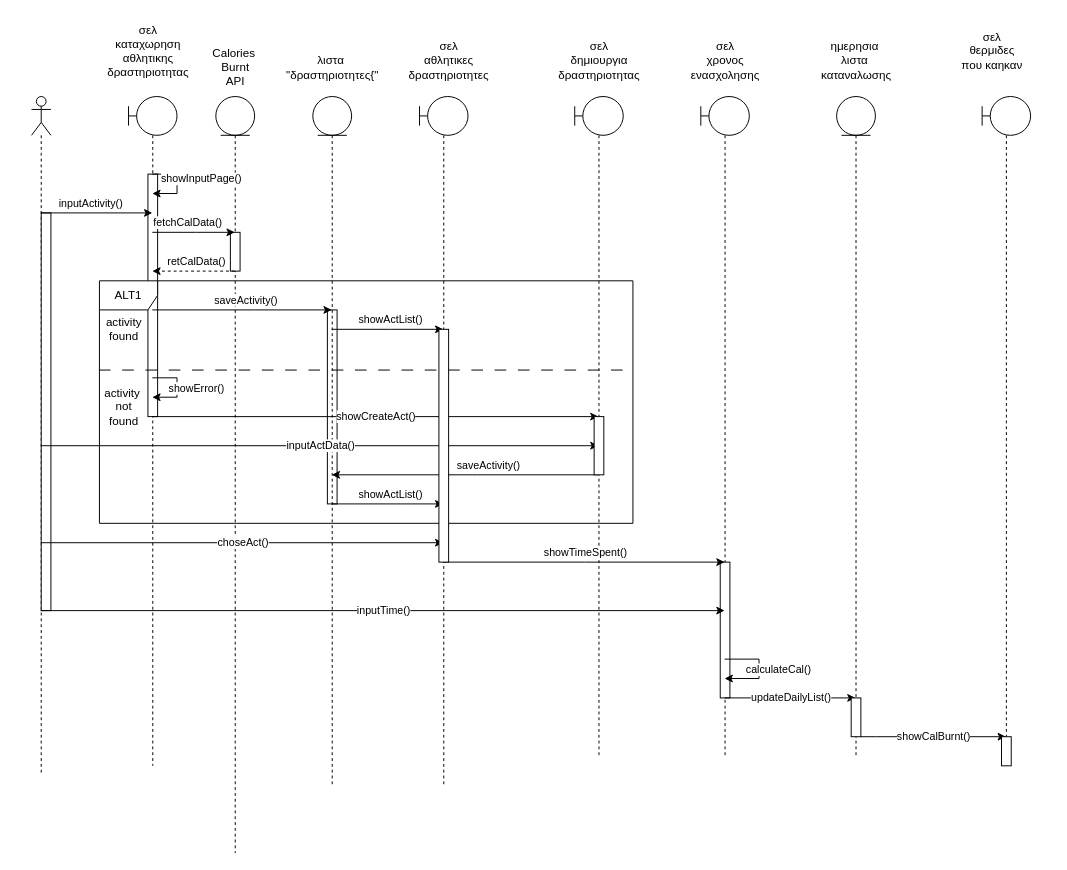
Earlier version of the draw.io diagram ΠΕΜΠΤΟ ΠΑΡΑΔΟΤΕΟ/ΔΙΟΡΘΩΣΕΙΣ ΠΡΟΗΓΟΥΜΕΝΩΝ ΠΑΡΑΔΟΤΕΩΝ/Sequence-diagrams-v0.2/sd_άθληση_και_υπολογισμός_θερμίδων.drawio (Dionkaps/Eu-Zin). Source tidied: cells renumbered, new cells numbered last; positions are measured from the earlier drawing's top-left corner, leaving out a move shared by most shapes. Both pictures are drawn from the tidied source at 97%, with x=0, y=0 at pixel (31, 16).
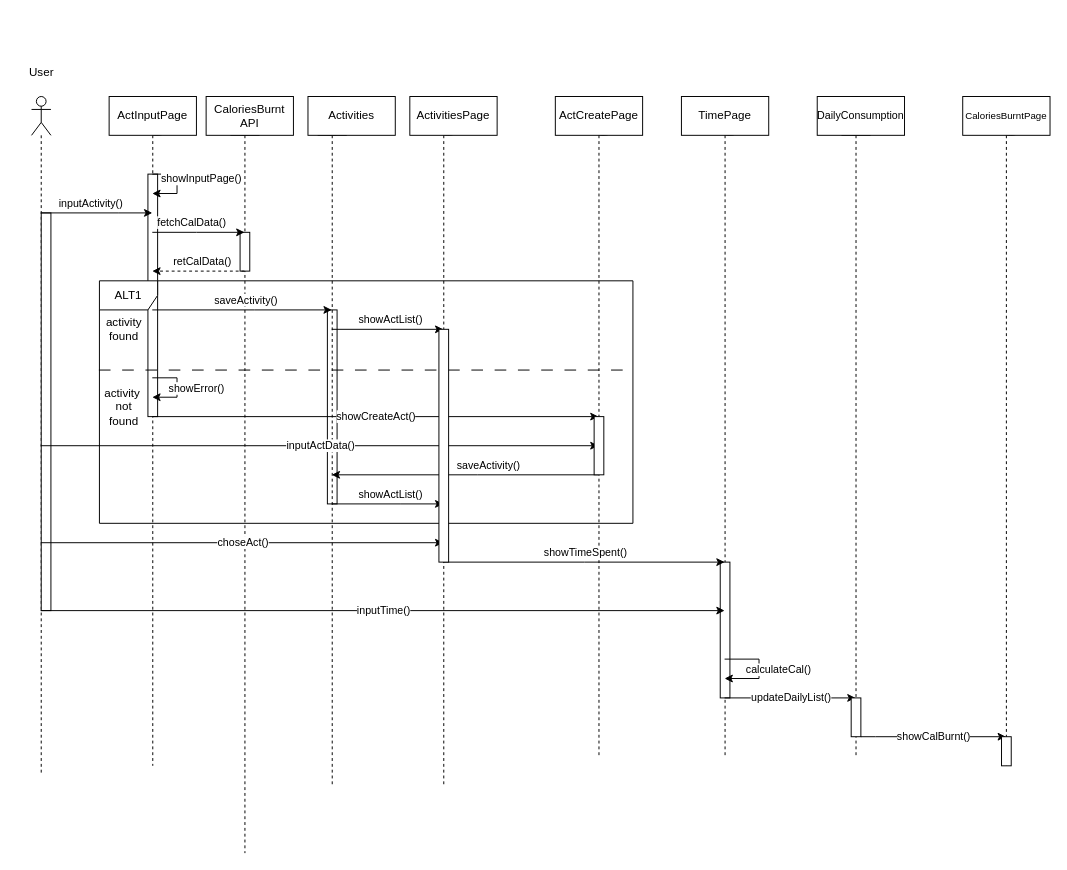
The same diagram, later.

What changed in the source:
```diff
@@
     <mxCell id="12" style="shape=umlLifeline;perimeter=lifelinePerimeter;whiteSpace=wrap;html=1;outlineConnect=0;portConstraint=eastwest;newEdgeStyle={&quot;edgeStyle&quot;:&quot;elbowEdgeStyle&quot;,&quot;elbow&quot;:&quot;vertical&quot;,&quot;curved&quot;:0,&quot;rounded&quot;:0};participant=umlEntity;" parent="1" vertex="1">
-      <mxGeometry x="190" y="82" width="40" height="780" as="geometry" />
+      <mxGeometry x="200" y="82" width="40" height="780" as="geometry" />
     </mxCell>
@@
-    <mxCell id="16" value="σελ&lt;br&gt;καταχωρηση&lt;br&gt;αθλητικης&lt;br&gt;δραστηριοτητας" style="text;html=1;align=center;verticalAlign=middle;strokeColor=none;fillColor=none;" parent="1" vertex="1">
-      <mxGeometry x="65" width="110" height="70" as="geometry" />
-    </mxCell>
-    <mxCell id="17" value="λιστα&amp;nbsp;&lt;br&gt;&quot;δραστηριοτητες{&quot;" style="text;html=1;align=center;verticalAlign=middle;strokeColor=none;fillColor=none;" parent="1" vertex="1">
-      <mxGeometry x="250" y="32" width="120" height="40" as="geometry" />
-    </mxCell>
-    <mxCell id="18" value="Calories&amp;nbsp;&lt;br&gt;Burnt&lt;br&gt;API" style="text;html=1;align=center;verticalAlign=middle;strokeColor=none;fillColor=none;" parent="1" vertex="1">
-      <mxGeometry x="175" y="22" width="70" height="60" as="geometry" />
-    </mxCell>
-    <mxCell id="19" value="σελ&lt;br&gt;αθλητικες&lt;br&gt;δραστηριοτητες" style="text;html=1;align=center;verticalAlign=middle;strokeColor=none;fillColor=none;" parent="1" vertex="1">
-      <mxGeometry x="375" y="15" width="110" height="60" as="geometry" />
-    </mxCell>
-    <mxCell id="20" value="σελ&lt;br&gt;χρονος&lt;br&gt;ενασχολησης" style="text;html=1;align=center;verticalAlign=middle;strokeColor=none;fillColor=none;" parent="1" vertex="1">
-      <mxGeometry x="670" y="15" width="90" height="60" as="geometry" />
-    </mxCell>
-    <mxCell id="21" value="σελ&lt;br&gt;δημιουργια&lt;br&gt;δραστηριοτητας" style="text;html=1;align=center;verticalAlign=middle;strokeColor=none;fillColor=none;" parent="1" vertex="1">
-      <mxGeometry x="530" y="15" width="110" height="60" as="geometry" />
-    </mxCell>
-    <mxCell id="22" value="ημερησια&amp;nbsp;&lt;br&gt;λιστα&amp;nbsp;&lt;br&gt;καταναλωσης" style="text;html=1;align=center;verticalAlign=middle;strokeColor=none;fillColor=none;" parent="1" vertex="1">
-      <mxGeometry x="800" y="15" width="100" height="60" as="geometry" />
-    </mxCell>
-    <mxCell id="23" value="σελ&lt;br&gt;θερμιδες&lt;br&gt;που καηκαν&lt;br&gt;" style="text;html=1;align=center;verticalAlign=middle;strokeColor=none;fillColor=none;" parent="1" vertex="1">
-      <mxGeometry x="945" y="5" width="90" height="60" as="geometry" />
-    </mxCell>
@@
+    <mxCell id="49" value="ActInputPage" style="rounded=0;whiteSpace=wrap;html=1;" parent="1" vertex="1">
+      <mxGeometry x="80" y="82" width="90" height="40" as="geometry" />
+    </mxCell>
+    <mxCell id="50" value="CaloriesBurnt&lt;br&gt;API" style="rounded=0;whiteSpace=wrap;html=1;" parent="1" vertex="1">
+      <mxGeometry x="180" y="82" width="90" height="40" as="geometry" />
+    </mxCell>
+    <mxCell id="51" value="Activities" style="rounded=0;whiteSpace=wrap;html=1;" parent="1" vertex="1">
+      <mxGeometry x="285" y="82" width="90" height="40" as="geometry" />
+    </mxCell>
+    <mxCell id="52" value="ActivitiesPage" style="rounded=0;whiteSpace=wrap;html=1;" parent="1" vertex="1">
+      <mxGeometry x="390" y="82" width="90" height="40" as="geometry" />
+    </mxCell>
+    <mxCell id="53" value="ActCreatePage" style="rounded=0;whiteSpace=wrap;html=1;" parent="1" vertex="1">
+      <mxGeometry x="540" y="82" width="90" height="40" as="geometry" />
+    </mxCell>
+    <mxCell id="54" value="TimePage" style="rounded=0;whiteSpace=wrap;html=1;" parent="1" vertex="1">
+      <mxGeometry x="670" y="82" width="90" height="40" as="geometry" />
+    </mxCell>
+    <mxCell id="55" value="&lt;font style=&quot;font-size: 11px;&quot;&gt;DailyConsumption&lt;/font&gt;" style="rounded=0;whiteSpace=wrap;html=1;" parent="1" vertex="1">
+      <mxGeometry x="810" y="82" width="90" height="40" as="geometry" />
+    </mxCell>
+    <mxCell id="56" value="&lt;font style=&quot;font-size: 10px;&quot;&gt;CaloriesBurntPage&lt;/font&gt;" style="rounded=0;whiteSpace=wrap;html=1;" parent="1" vertex="1">
+      <mxGeometry x="960" y="82" width="90" height="40" as="geometry" />
+    </mxCell>
+    <mxCell id="57" value="User" style="text;html=1;align=center;verticalAlign=middle;strokeColor=none;fillColor=none;" parent="1" vertex="1">
+      <mxGeometry x="-15" y="42" width="50" height="30" as="geometry" />
+    </mxCell>
```
